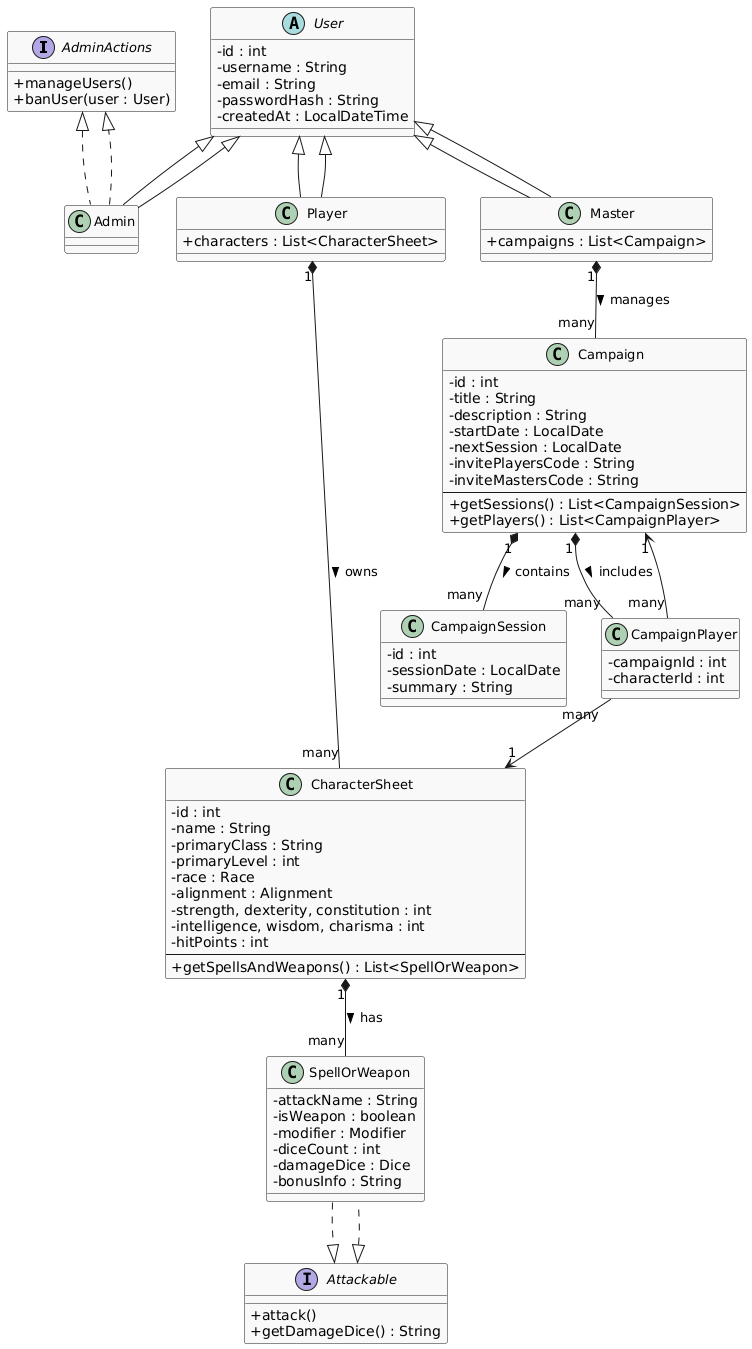
This is src/main/resources/others/UML Entity.png from DelirioCasuale/Bugbusters, a PlantUML export, as it was before one commit. The source it was exported from:
```plantuml
@startuml
skinparam classAttributeIconSize 0
skinparam classFontSize 13
skinparam classBackgroundColor #f9f9f9

interface AdminActions {
  + manageUsers()
  + banUser(user : User)
}

interface Attackable {
  + attack()
  + getDamageDice() : String
}

abstract class User {
  - id : int
  - username : String
  - email : String
  - passwordHash : String
  - createdAt : LocalDateTime
}

class Player extends User {
  + characters : List<CharacterSheet>
}

class Master extends User {
  + campaigns : List<Campaign>
}

class Admin extends User implements AdminActions {
}

class Campaign {
  - id : int
  - title : String
  - description : String
  - startDate : LocalDate
  - nextSession : LocalDate
  - invitePlayersCode : String
  - inviteMastersCode : String
  --
  + getSessions() : List<CampaignSession>
  + getPlayers() : List<CampaignPlayer>
}

class CampaignSession {
  - id : int
  - sessionDate : LocalDate
  - summary : String
}

class CampaignPlayer {
  - campaignId : int
  - characterId : int
}

class CharacterSheet {
  - id : int
  - name : String
  - primaryClass : String
  - primaryLevel : int
  - race : Race
  - alignment : Alignment
  - strength, dexterity, constitution : int
  - intelligence, wisdom, charisma : int
  - hitPoints : int
  --
  + getSpellsAndWeapons() : List<SpellOrWeapon>
}

class SpellOrWeapon implements Attackable {
  - attackName : String
  - isWeapon : boolean
  - modifier : Modifier
  - diceCount : int
  - damageDice : Dice
  - bonusInfo : String
}

User <|-- Player
User <|-- Master
User <|-- Admin
Admin ..|> AdminActions
SpellOrWeapon ..|> Attackable

Master "1" *-- "many" Campaign : manages >
Campaign "1" *-- "many" CampaignSession : contains >
Campaign "1" *-- "many" CampaignPlayer : includes >

Player "1" *-- "many" CharacterSheet : owns >
CharacterSheet "1" *-- "many" SpellOrWeapon : has >

CampaignPlayer "many" --> "1" Campaign
CampaignPlayer "many" --> "1" CharacterSheet
@enduml
```
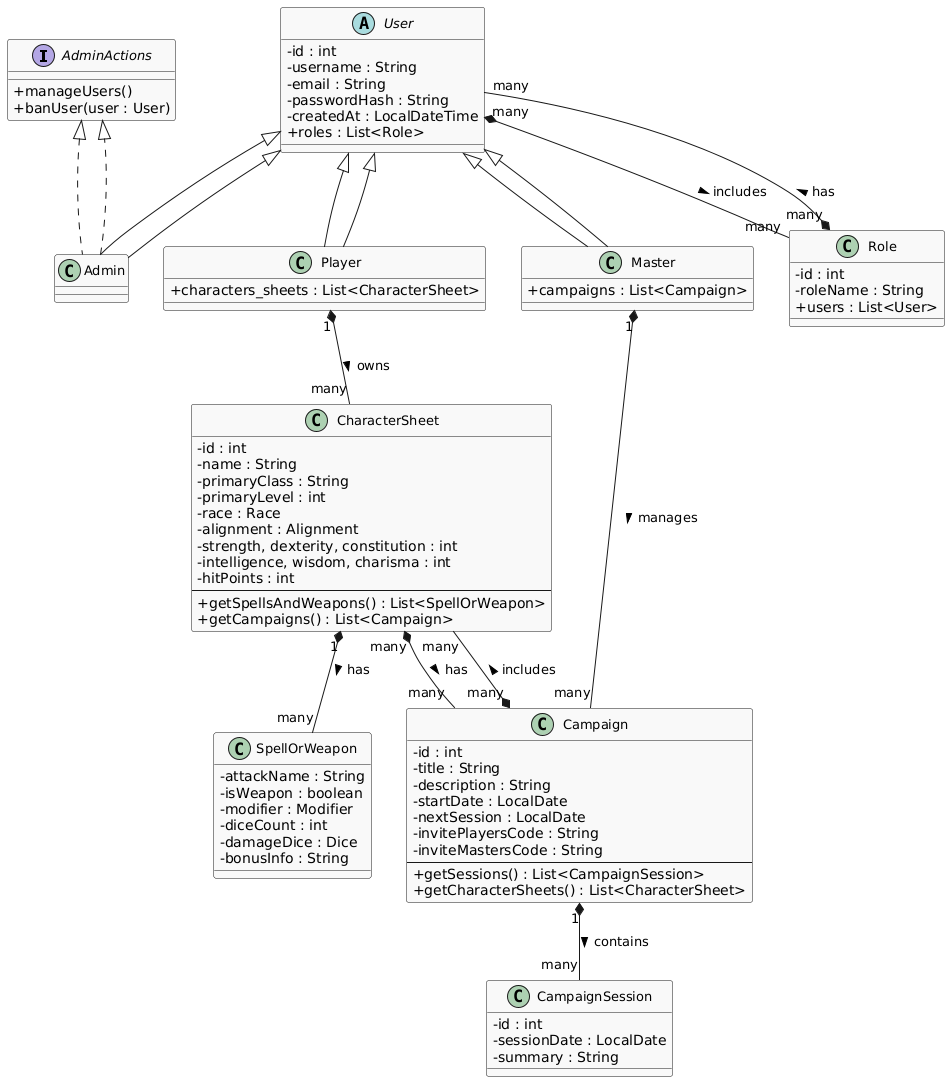
The same file after the commit.

Commit message:
Modificato UML

Change to the diagram source:
```diff
@@ -8,21 +8,17 @@
   + banUser(user : User)
 }
 
-interface Attackable {
-  + attack()
-  + getDamageDice() : String
-}
-
 abstract class User {
   - id : int
   - username : String
   - email : String
   - passwordHash : String
   - createdAt : LocalDateTime
+  + roles : List<Role>
 }
 
 class Player extends User {
-  + characters : List<CharacterSheet>
+  + characters_sheets : List<CharacterSheet>
 }
 
 class Master extends User {
@@ -30,6 +26,12 @@
 }
 
 class Admin extends User implements AdminActions {
+}
+
+class Role{
+  - id : int
+  - roleName : String
+  + users : List<User>
 }
 
 class Campaign {
@@ -42,18 +44,13 @@
   - inviteMastersCode : String
   --
   + getSessions() : List<CampaignSession>
-  + getPlayers() : List<CampaignPlayer>
+  + getCharacterSheets() : List<CharacterSheet>
 }
 
 class CampaignSession {
   - id : int
   - sessionDate : LocalDate
   - summary : String
-}
-
-class CampaignPlayer {
-  - campaignId : int
-  - characterId : int
 }
 
 class CharacterSheet {
@@ -68,9 +65,10 @@
   - hitPoints : int
   --
   + getSpellsAndWeapons() : List<SpellOrWeapon>
+  + getCampaigns() : List<Campaign>
 }
 
-class SpellOrWeapon implements Attackable {
+class SpellOrWeapon {
   - attackName : String
   - isWeapon : boolean
   - modifier : Modifier
@@ -83,15 +81,16 @@
 User <|-- Master
 User <|-- Admin
 Admin ..|> AdminActions
-SpellOrWeapon ..|> Attackable
 
 Master "1" *-- "many" Campaign : manages >
 Campaign "1" *-- "many" CampaignSession : contains >
-Campaign "1" *-- "many" CampaignPlayer : includes >
 
 Player "1" *-- "many" CharacterSheet : owns >
 CharacterSheet "1" *-- "many" SpellOrWeapon : has >
 
-CampaignPlayer "many" --> "1" Campaign
-CampaignPlayer "many" --> "1" CharacterSheet
+Campaign "many" *-- "many" CharacterSheet : includes >
+CharacterSheet "many" *-- "many" Campaign : has >
+
+User "many" *-- "many" Role : includes >
+Role "many" *-- "many" User : has >
 @enduml
```
